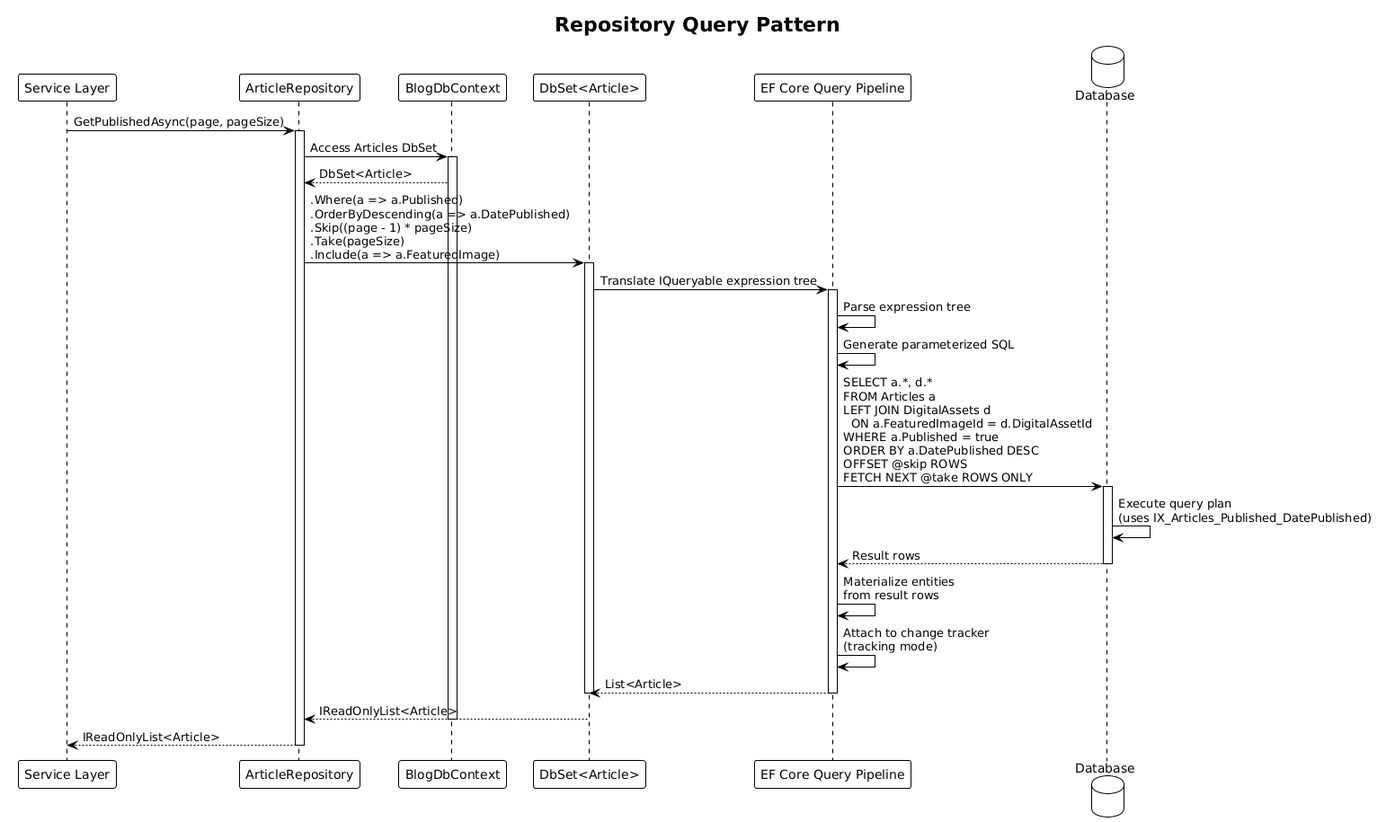
Earlier version of the PlantUML export docs/detailed-designs/10-data-persistence/diagrams/sequence_repository.png (QuinntyneBrown/Blog).
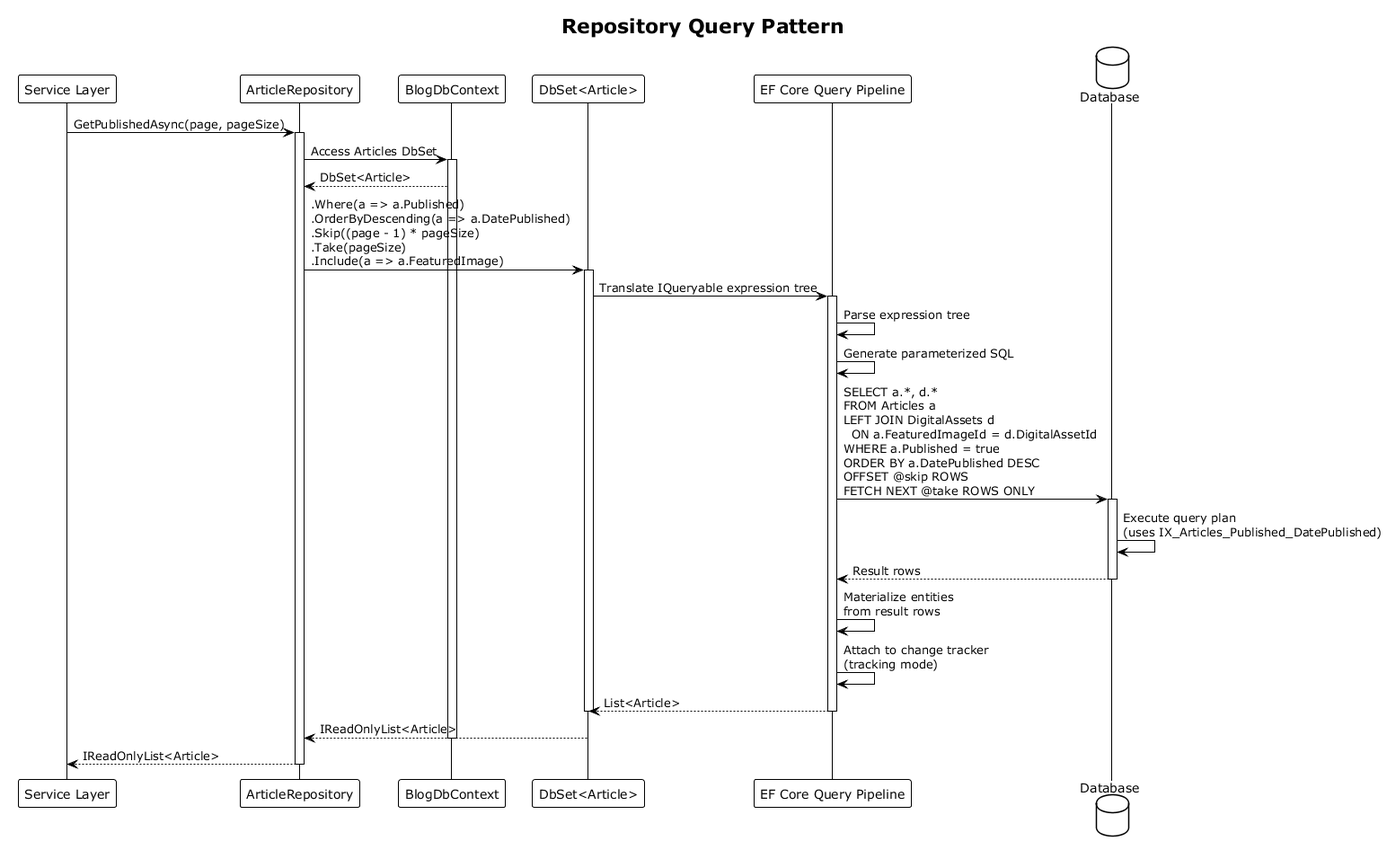
After the change.

What changed in the source:
```diff
@@ -1,4 +1,4 @@
-@startuml
+@startuml sequence_repository
 !theme plain
 
 title Repository Query Pattern
@@ -46,4 +46,5 @@
 
 repo --> svc : IReadOnlyList<Article>
 deactivate repo
+
 @enduml
```
